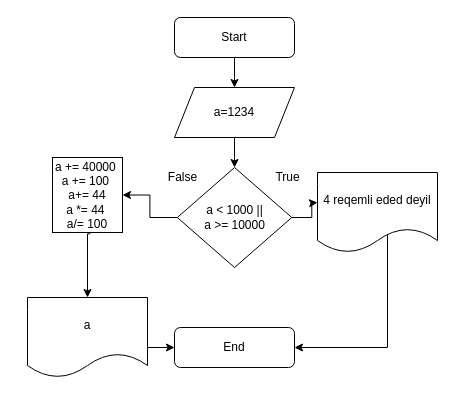
This is Task05/FlwChrt05.drawio from Fuad0010/HomeWork02, a draw.io file, before an edit. Source tidied: cells renumbered, new cells numbered last; positions are measured from the earlier drawing's top-left corner, leaving out a move shared by most shapes. Both pictures are drawn from the tidied source at 100%, with x=0, y=0 at pixel (27, 17).
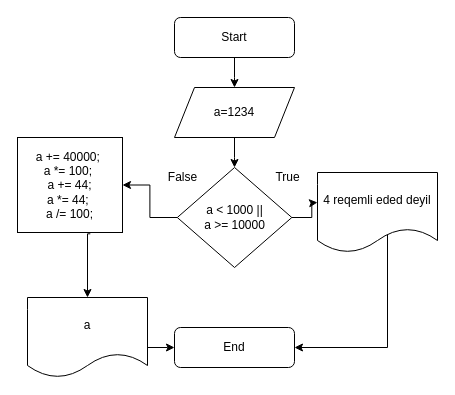
The same page after the edit.

Change to the diagram source:
```diff
@@
-    <mxCell id="15" value="a += 40000&amp;nbsp;&lt;br&gt;a += 100&amp;nbsp;&lt;br&gt;a+= 44&lt;br&gt;a *= 44&amp;nbsp;&lt;br&gt;a/= 100" style="rounded=0;whiteSpace=wrap;html=1;" parent="1" vertex="1">
-      <mxGeometry x="25" y="140" width="70" height="75" as="geometry" />
+    <mxCell id="15" value="&lt;div&gt;a += 40000;&amp;nbsp;&lt;/div&gt;&lt;div&gt;a *= 100;&amp;nbsp;&lt;/div&gt;&lt;div&gt;a += 44;&lt;/div&gt;&lt;div&gt;a *= 44;&amp;nbsp;&lt;/div&gt;&lt;div&gt;a /= 100;&lt;/div&gt;" style="rounded=0;whiteSpace=wrap;html=1;" parent="1" vertex="1">
+      <mxGeometry x="-10" y="120" width="105" height="95" as="geometry" />
     </mxCell>
```
